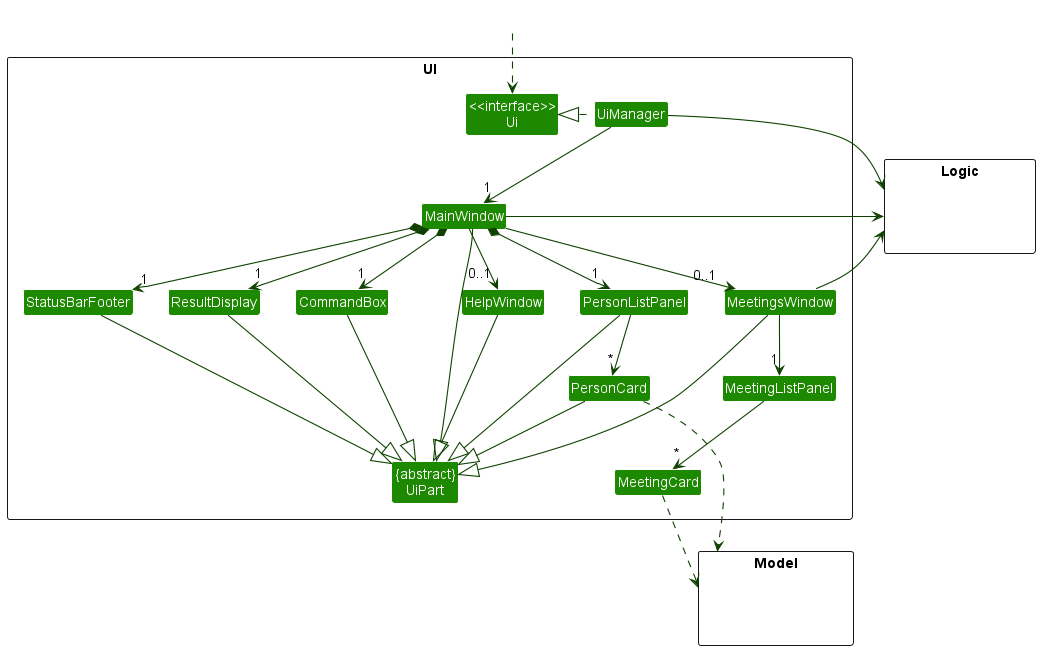
Earlier version of the PlantUML export docs/images/UiClassDiagram.png (nus-cs2103-AY2223S1/tp).
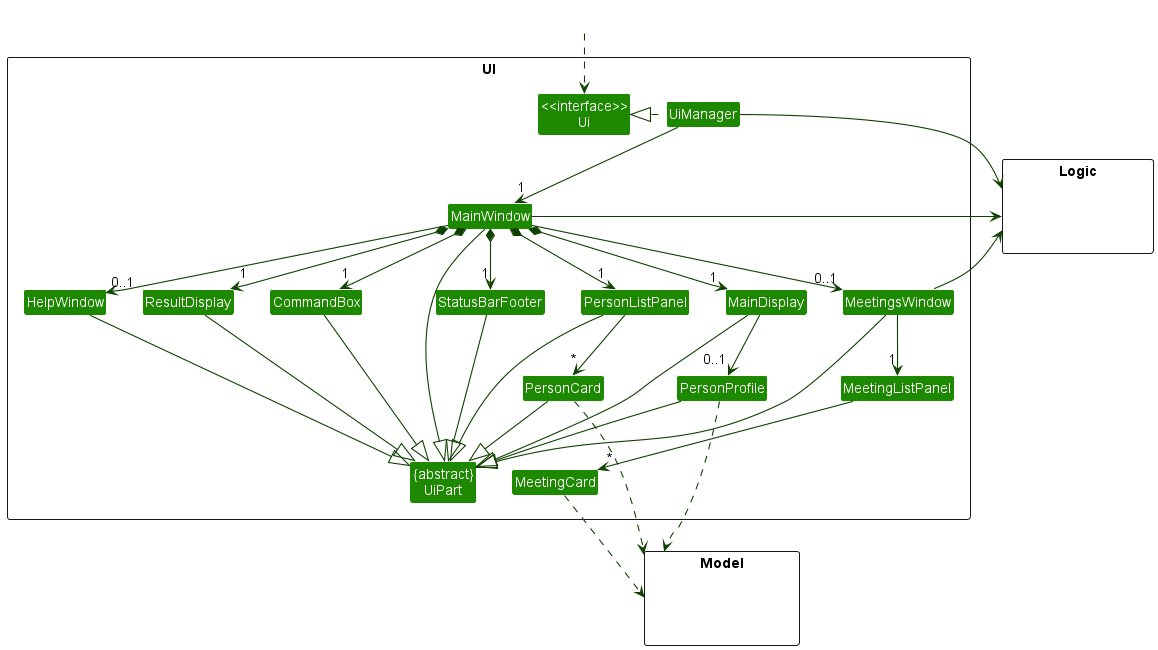
The same diagram one commit later.

The edit, as a diff of the source:
```diff
@@ -18,6 +18,8 @@
 Class MeetingsWindow
 Class MeetingListPanel
 Class MeetingCard
+Class MainDisplay
+Class PersonProfile
 }
 
 package Model <<Rectangle>> {
@@ -36,16 +38,18 @@
 MainWindow *-down->  "1" CommandBox
 MainWindow *-down-> "1" ResultDisplay
 MainWindow *-down-> "1" PersonListPanel
+MainWindow *-down-> "1" MainDisplay
 MainWindow *-down-> "1" StatusBarFooter
 MainWindow --> "0..1" MeetingsWindow
 MainWindow --> "0..1" HelpWindow
 
 MeetingsWindow -down-> "1" MeetingListPanel
 MeetingsWindow -left-> Logic
+MeetingListPanel -down-> "*" MeetingCard
+MeetingCard ..> Model
 
-MeetingListPanel -down-> "*" MeetingCard
-
-MeetingCard ..> Model
+MainDisplay -down-> "0..1" PersonProfile
+PersonProfile ..> Model
 
 PersonListPanel -down-> "*" PersonCard
 
@@ -53,6 +57,8 @@
 
 ResultDisplay --|> UiPart
 CommandBox --|> UiPart
+MainDisplay --|> UiPart
+PersonProfile --|> UiPart
 PersonListPanel --|> UiPart
 PersonCard --|> UiPart
 StatusBarFooter --|> UiPart
```
